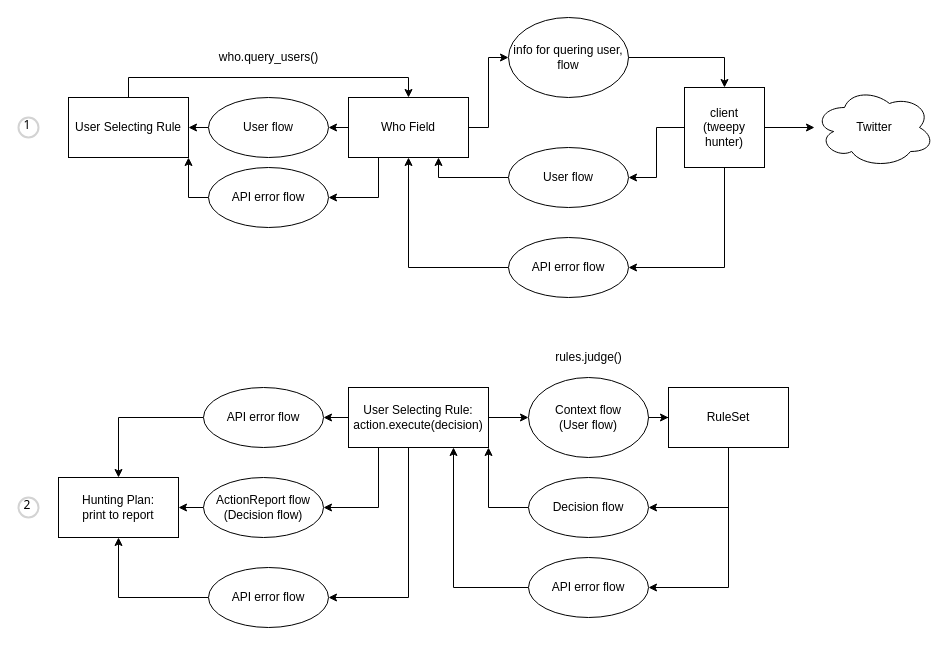
Earlier version of the draw.io diagram page "user-selecting-rule" (1 of 2) of document/data-flow.drawio (boholder/puntgun). Source tidied: cells renumbered, new cells numbered last; positions are measured from the earlier drawing's top-left corner, leaving out a move shared by most shapes. Both pictures are drawn from the tidied source at 100%, with x=0, y=0 at pixel (18, 17).
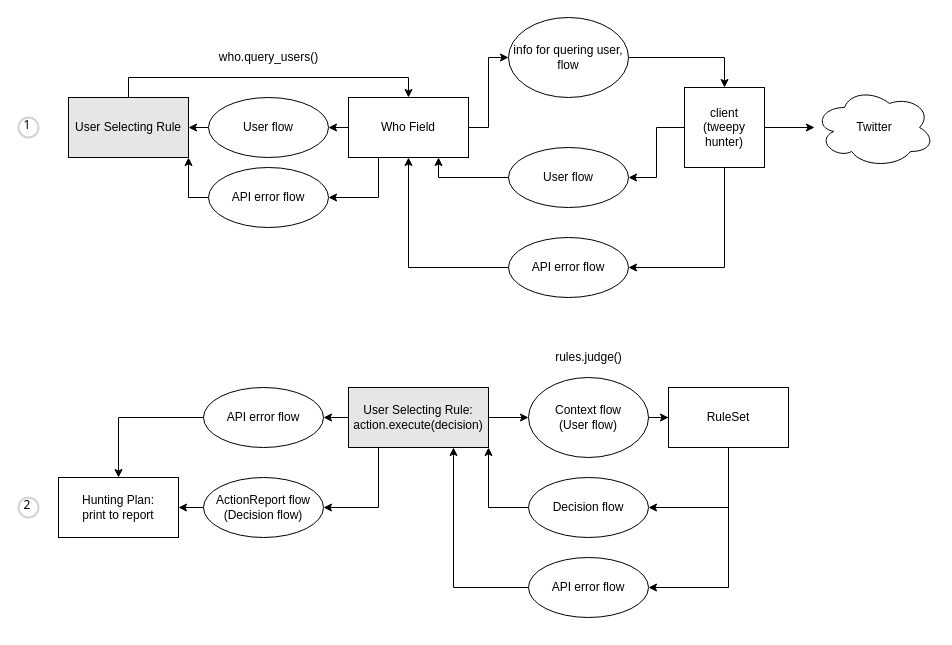
The same page after the edit.

Unchanged cells that the change refers to:
```xml
<mxCell id="45" value="Hunting Plan:&lt;br&gt;print to report" style="whiteSpace=wrap;html=1;rounded=0;" parent="1" vertex="1">
  <mxGeometry x="40" y="460" width="120" height="60" as="geometry" />
</mxCell>
```

Change to the diagram source:
```diff
@@
-    <mxCell id="22" value="User Selecting Rule" style="rounded=0;whiteSpace=wrap;html=1;" parent="1" vertex="1">
+    <mxCell id="22" value="User Selecting Rule" style="rounded=0;whiteSpace=wrap;html=1;fillColor=#E6E6E6;" parent="1" vertex="1">
       <mxGeometry x="50" y="80" width="120" height="60" as="geometry" />
     </mxCell>
@@
-    <mxCell id="31" style="edgeStyle=orthogonalEdgeStyle;rounded=0;jettySize=auto;html=1;entryX=1;entryY=0.5;entryDx=0;entryDy=0;exitX=0.5;exitY=1;exitDx=0;exitDy=0;" parent="1" edge="1" source="32" target="47">
-      <mxGeometry relative="1" as="geometry">
-        <Array as="points">
-          <mxPoint x="390" y="580" />
-        </Array>
-      </mxGeometry>
-    </mxCell>
-    <mxCell id="32" value="User Selecting Rule:&lt;br&gt;action.execute(decision)" style="rounded=0;whiteSpace=wrap;html=1;" parent="1" vertex="1">
+    <mxCell id="32" value="User Selecting Rule:&lt;br&gt;action.execute(decision)" style="rounded=0;whiteSpace=wrap;html=1;fillColor=#E6E6E6;" parent="1" vertex="1">
       <mxGeometry x="330" y="370" width="140" height="60" as="geometry" />
     </mxCell>
@@
-    <mxCell id="46" style="edgeStyle=orthogonalEdgeStyle;rounded=0;jettySize=auto;html=1;entryX=0.5;entryY=1;entryDx=0;entryDy=0;" parent="1" edge="1" source="47" target="45">
-      <mxGeometry relative="1" as="geometry" />
-    </mxCell>
-    <mxCell id="47" value="API error flow" style="ellipse;whiteSpace=wrap;html=1;rounded=0;" parent="1" vertex="1">
-      <mxGeometry x="190" y="550" width="120" height="60" as="geometry" />
-    </mxCell>
```
